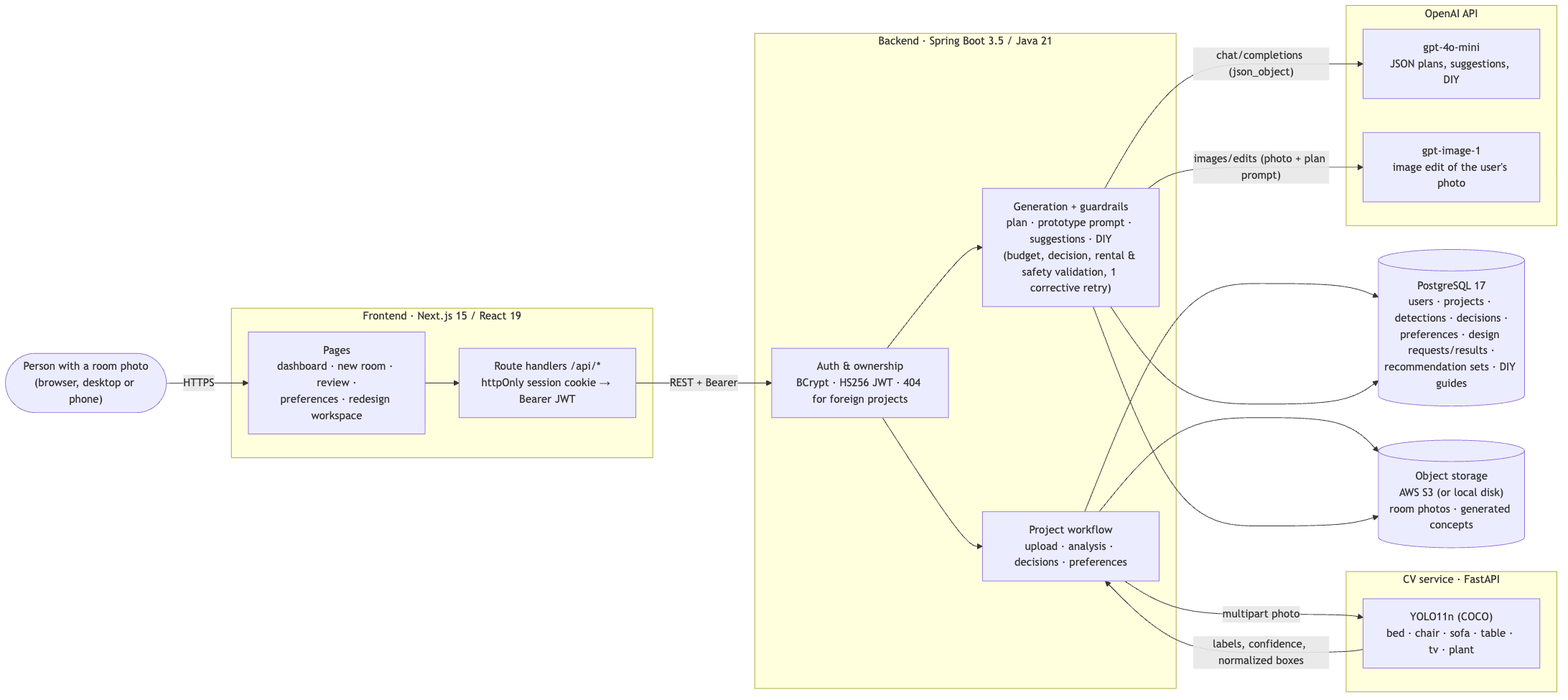
Before: docs/submission/architecture/architecture.png, a diagram exported from Mermaid (Bootcamp2Roomify/roomify_backend). Its source is kept beside it as docs/submission/architecture/architecture.mmd.
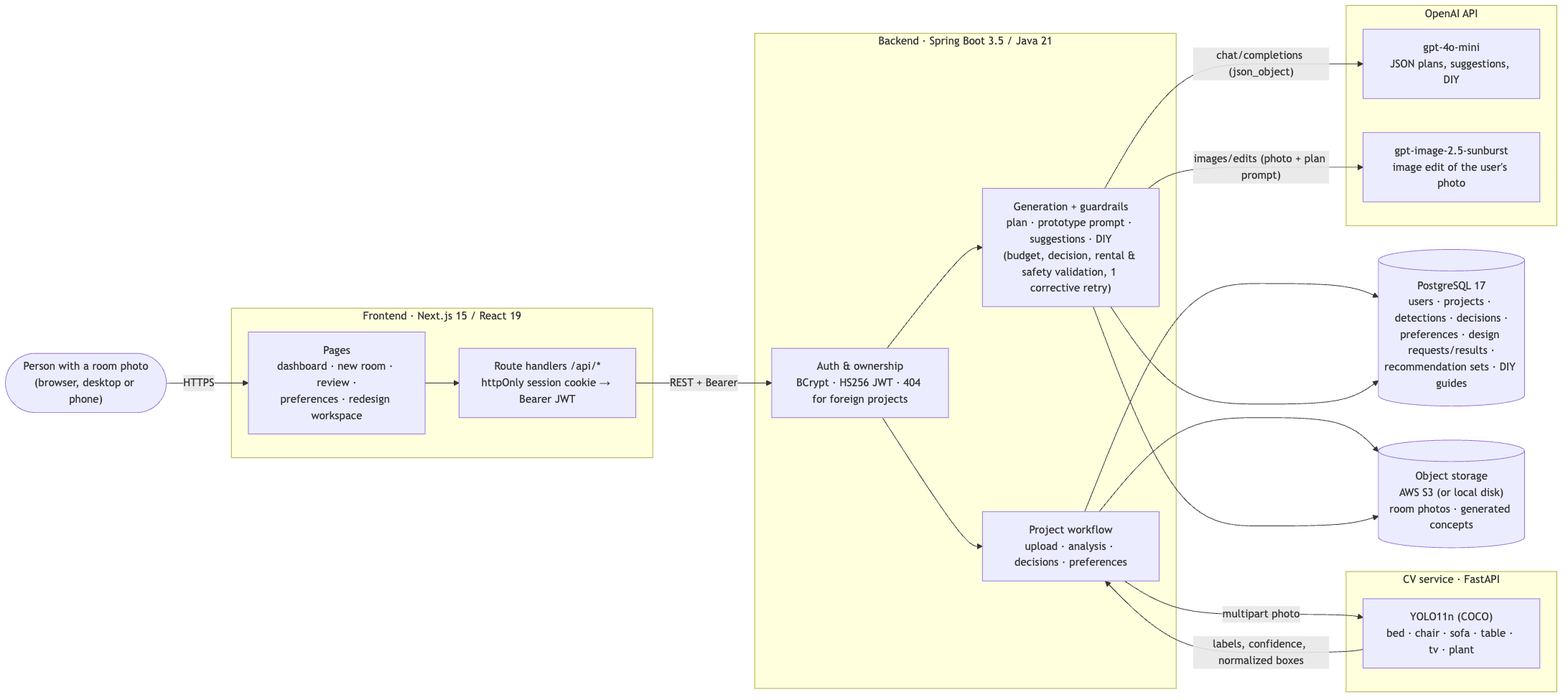
Later version of the same file.

What changed in the source:
```diff
@@ -18,7 +18,7 @@
 
   subgraph AI["OpenAI API"]
     llm["gpt-4o-mini<br/>JSON plans, suggestions, DIY"]
-    img["gpt-image-1<br/>image edit of the user's photo"]
+    img["gpt-image-2.5-sunburst<br/>image edit of the user's photo"]
   end
 
   pg[("PostgreSQL 17<br/>users · projects · detections · decisions ·<br/>preferences · design requests/results ·<br/>recommendation sets · DIY guides")]
```
